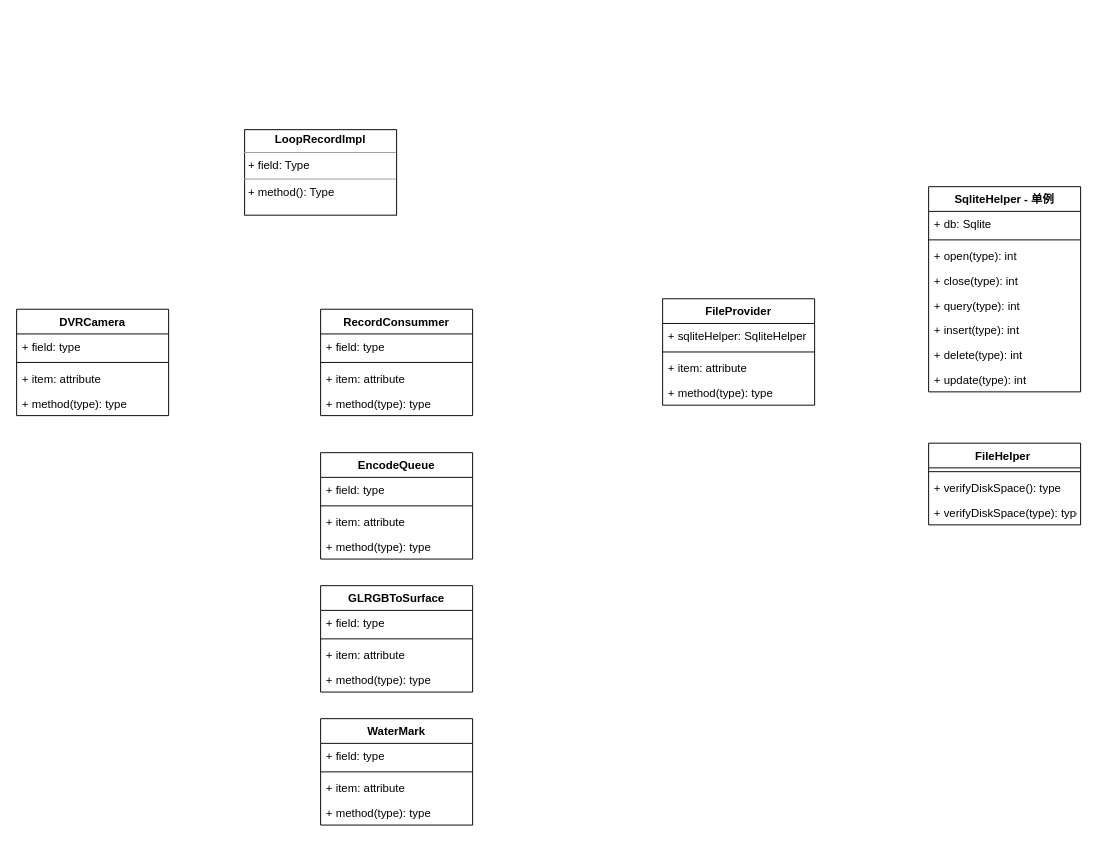
Above: page "类图" (3 of 6) of cameraservice.drawio in milk1990/AndFix (draw.io), before the change. Source tidied: cells renumbered, new cells numbered last; positions are measured from the earlier drawing's top-left corner, leaving out a move shared by most shapes. Both pictures are drawn from the tidied source at 95%, with x=0, y=0 at pixel (16, 129).
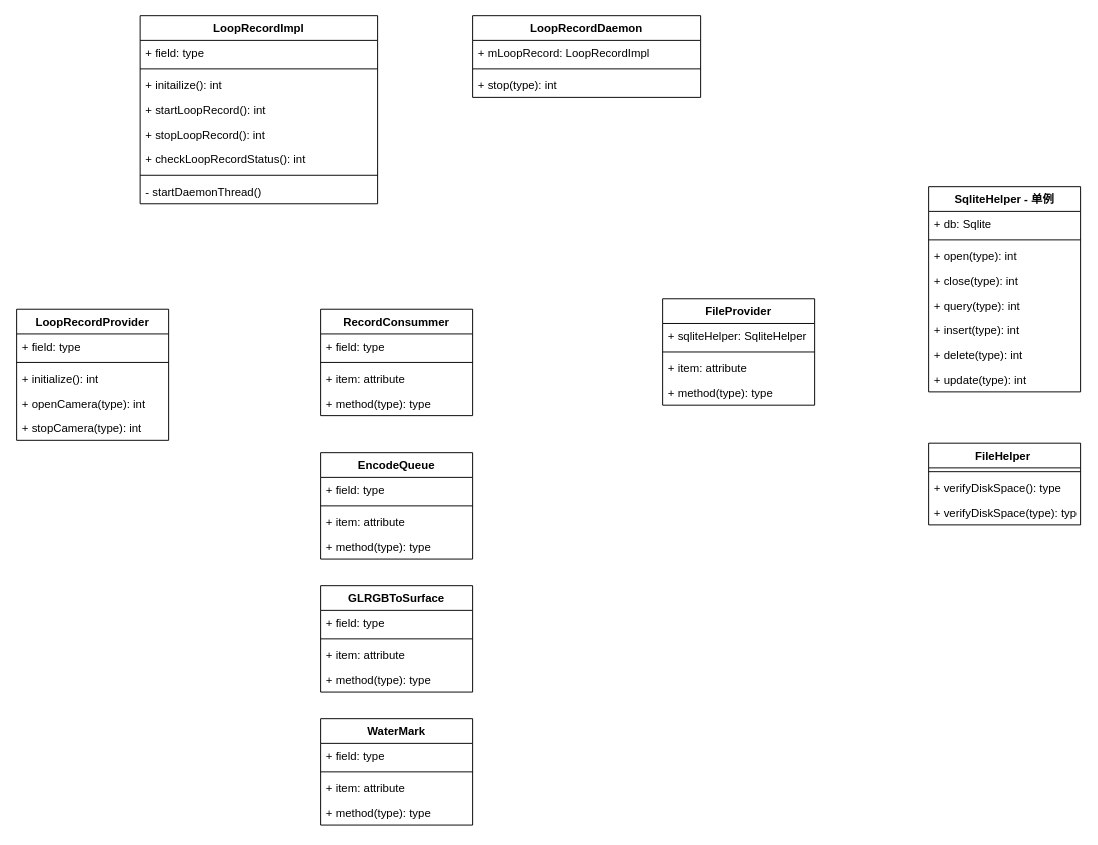
Above is the later version.

Change to the diagram source:
```diff
@@
-    <mxCell id="2" value="&lt;p style=&quot;margin: 0px ; margin-top: 4px ; text-align: center&quot;&gt;&lt;b&gt;LoopRecordImpl&lt;/b&gt;&lt;/p&gt;&lt;hr size=&quot;1&quot;&gt;&lt;p style=&quot;margin: 0px ; margin-left: 4px&quot;&gt;+ field: Type&lt;/p&gt;&lt;hr size=&quot;1&quot;&gt;&lt;p style=&quot;margin: 0px ; margin-left: 4px&quot;&gt;+ method(): Type&lt;/p&gt;" style="verticalAlign=top;align=left;overflow=fill;fontSize=12;fontFamily=Helvetica;html=1;" parent="1" vertex="1">
-      <mxGeometry x="240" width="160" height="90" as="geometry" />
-    </mxCell>
@@
-    <mxCell id="41" value="DVRCamera" style="swimlane;fontStyle=1;align=center;verticalAlign=top;horizontal=1;startSize=26;" parent="1" vertex="1">
-      <mxGeometry y="189" width="160" height="112" as="geometry" />
+    <mxCell id="41" value="LoopRecordProvider" style="swimlane;fontStyle=1;align=center;verticalAlign=top;horizontal=1;startSize=26;" parent="1" vertex="1">
+      <mxGeometry y="189" width="160" height="138" as="geometry" />
     </mxCell>
@@
-    <mxCell id="44" value="+ item: attribute" style="text;strokeColor=none;fillColor=none;align=left;verticalAlign=top;spacingLeft=4;spacingRight=4;overflow=hidden;" parent="41" vertex="1">
+    <mxCell id="44" value="+ initialize(): int" style="text;strokeColor=none;fillColor=none;align=left;verticalAlign=top;spacingLeft=4;spacingRight=4;overflow=hidden;" parent="41" vertex="1">
       <mxGeometry y="60" width="160" height="26" as="geometry" />
     </mxCell>
-    <mxCell id="45" value="+ method(type): type" style="text;strokeColor=none;fillColor=none;align=left;verticalAlign=top;spacingLeft=4;spacingRight=4;overflow=hidden;" parent="41" vertex="1">
+    <mxCell id="45" value="+ openCamera(type): int" style="text;strokeColor=none;fillColor=none;align=left;verticalAlign=top;spacingLeft=4;spacingRight=4;overflow=hidden;" parent="41" vertex="1">
       <mxGeometry y="86" width="160" height="26" as="geometry" />
     </mxCell>
+    <mxCell id="46" value="+ stopCamera(type): int" style="text;strokeColor=none;fillColor=none;align=left;verticalAlign=top;spacingLeft=4;spacingRight=4;overflow=hidden;" parent="41" vertex="1">
+      <mxGeometry y="112" width="160" height="26" as="geometry" />
+    </mxCell>
+    <mxCell id="47" value="LoopRecordImpl" style="swimlane;fontStyle=1;align=center;verticalAlign=top;horizontal=1;startSize=26;" parent="1" vertex="1">
+      <mxGeometry x="130" y="-120" width="250" height="198" as="geometry" />
+    </mxCell>
+    <mxCell id="48" value="+ field: type" style="text;strokeColor=none;fillColor=none;align=left;verticalAlign=top;spacingLeft=4;spacingRight=4;overflow=hidden;" parent="47" vertex="1">
+      <mxGeometry y="26" width="250" height="26" as="geometry" />
+    </mxCell>
+    <mxCell id="49" style="line;strokeWidth=1;fillColor=none;align=left;verticalAlign=middle;spacingTop=-1;spacingLeft=3;spacingRight=3;labelPosition=right;" parent="47" vertex="1">
+      <mxGeometry y="52" width="250" height="8" as="geometry" />
+    </mxCell>
+    <mxCell id="50" value="+ initailize(): int" style="text;strokeColor=none;fillColor=none;align=left;verticalAlign=top;spacingLeft=4;spacingRight=4;overflow=hidden;" parent="47" vertex="1">
+      <mxGeometry y="60" width="250" height="26" as="geometry" />
+    </mxCell>
+    <mxCell id="51" value="+ startLoopRecord(): int" style="text;strokeColor=none;fillColor=none;align=left;verticalAlign=top;spacingLeft=4;spacingRight=4;overflow=hidden;" parent="47" vertex="1">
+      <mxGeometry y="86" width="250" height="26" as="geometry" />
+    </mxCell>
+    <mxCell id="52" value="+ stopLoopRecord(): int" style="text;strokeColor=none;fillColor=none;align=left;verticalAlign=top;spacingLeft=4;spacingRight=4;overflow=hidden;shadow=0;fontColor=#000000;" parent="47" vertex="1">
+      <mxGeometry y="112" width="250" height="26" as="geometry" />
+    </mxCell>
+    <mxCell id="53" value="+ checkLoopRecordStatus(): int" style="text;strokeColor=none;fillColor=none;align=left;verticalAlign=top;spacingLeft=4;spacingRight=4;overflow=hidden;shadow=0;fontColor=#000000;" parent="47" vertex="1">
+      <mxGeometry y="138" width="250" height="26" as="geometry" />
+    </mxCell>
+    <mxCell id="54" style="line;strokeWidth=1;fillColor=none;align=left;verticalAlign=middle;spacingTop=-1;spacingLeft=3;spacingRight=3;labelPosition=right;shadow=0;fontColor=#000000;" parent="47" vertex="1">
+      <mxGeometry y="164" width="250" height="8" as="geometry" />
+    </mxCell>
+    <mxCell id="55" value="- startDaemonThread()" style="text;strokeColor=none;fillColor=none;align=left;verticalAlign=top;spacingLeft=4;spacingRight=4;overflow=hidden;shadow=0;fontColor=#000000;" parent="47" vertex="1">
+      <mxGeometry y="172" width="250" height="26" as="geometry" />
+    </mxCell>
+    <mxCell id="56" value="LoopRecordDaemon" style="swimlane;fontStyle=1;align=center;verticalAlign=top;horizontal=1;startSize=26;" parent="1" vertex="1">
+      <mxGeometry x="480" y="-120" width="240" height="86" as="geometry" />
+    </mxCell>
+    <mxCell id="57" value="+ mLoopRecord: LoopRecordImpl" style="text;strokeColor=none;fillColor=none;align=left;verticalAlign=top;spacingLeft=4;spacingRight=4;overflow=hidden;" parent="56" vertex="1">
+      <mxGeometry y="26" width="240" height="26" as="geometry" />
+    </mxCell>
+    <mxCell id="58" style="line;strokeWidth=1;fillColor=none;align=left;verticalAlign=middle;spacingTop=-1;spacingLeft=3;spacingRight=3;labelPosition=right;" parent="56" vertex="1">
+      <mxGeometry y="52" width="240" height="8" as="geometry" />
+    </mxCell>
+    <mxCell id="59" value="+ stop(type): int" style="text;strokeColor=none;fillColor=none;align=left;verticalAlign=top;spacingLeft=4;spacingRight=4;overflow=hidden;" parent="56" vertex="1">
+      <mxGeometry y="60" width="240" height="26" as="geometry" />
+    </mxCell>
```
